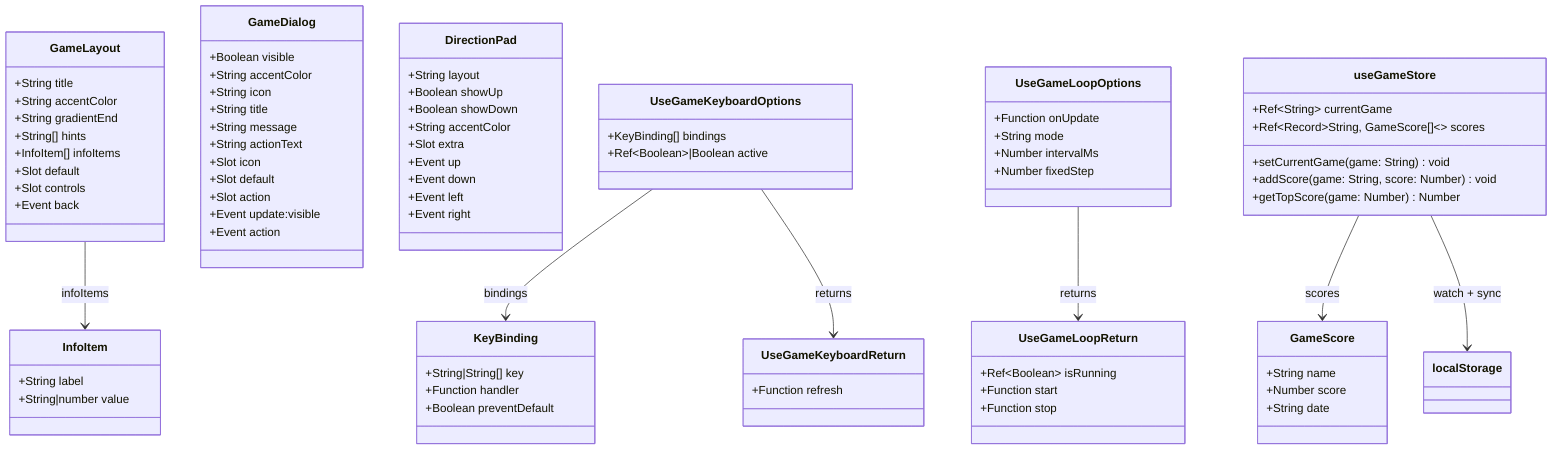
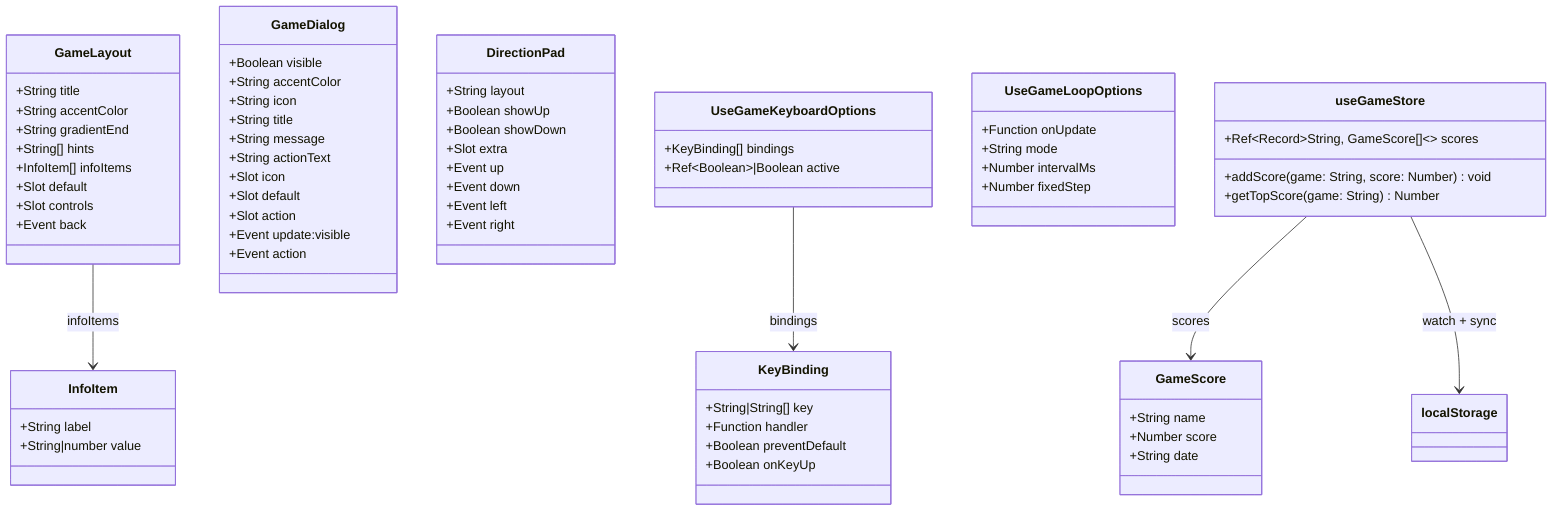
classDiagram
    class GameLayout {
        +String title
        +String accentColor
        +String gradientEnd
        +String[] hints
        +InfoItem[] infoItems
        +Slot default
        +Slot controls
        +Event back
    }

    class InfoItem {
        +String label
        +String|number value
    }

    class GameDialog {
        +Boolean visible
        +String accentColor
        +String icon
        +String title
        +String message
        +String actionText
        +Slot icon
        +Slot default
        +Slot action
        +Event update:visible
        +Event action
    }

    class DirectionPad {
        +String layout
        +Boolean showUp
        +Boolean showDown
-         +String accentColor
        +Slot extra
        +Event up
        +Event down
        +Event left
        +Event right
    }

    class KeyBinding {
        +String|String[] key
        +Function handler
        +Boolean preventDefault
+         +Boolean onKeyUp
    }

    class UseGameKeyboardOptions {
        +KeyBinding[] bindings
        +Ref~Boolean~|Boolean active
-     }
- 
-     class UseGameKeyboardReturn {
-         +Function refresh
    }

    class UseGameLoopOptions {
        +Function onUpdate
        +String mode
        +Number intervalMs
        +Number fixedStep
    }

-     class UseGameLoopReturn {
-         +Ref~Boolean~ isRunning
-         +Function start
-         +Function stop
-     }
- 
    class GameScore {
        +String name
        +Number score
        +String date
    }

    class useGameStore {
-         +Ref~String~ currentGame
        +Ref~Record~String, GameScore[]~~ scores
-         +setCurrentGame(game: String) void
        +addScore(game: String, score: Number) void
-         +getTopScore(game: Number) Number
+         +getTopScore(game: String) Number
    }

    GameLayout --> InfoItem : infoItems
    UseGameKeyboardOptions --> KeyBinding : bindings
-     UseGameKeyboardOptions --> UseGameKeyboardReturn : returns
-     UseGameLoopOptions --> UseGameLoopReturn : returns
    useGameStore --> GameScore : scores
    useGameStore --> localStorage : watch + sync
